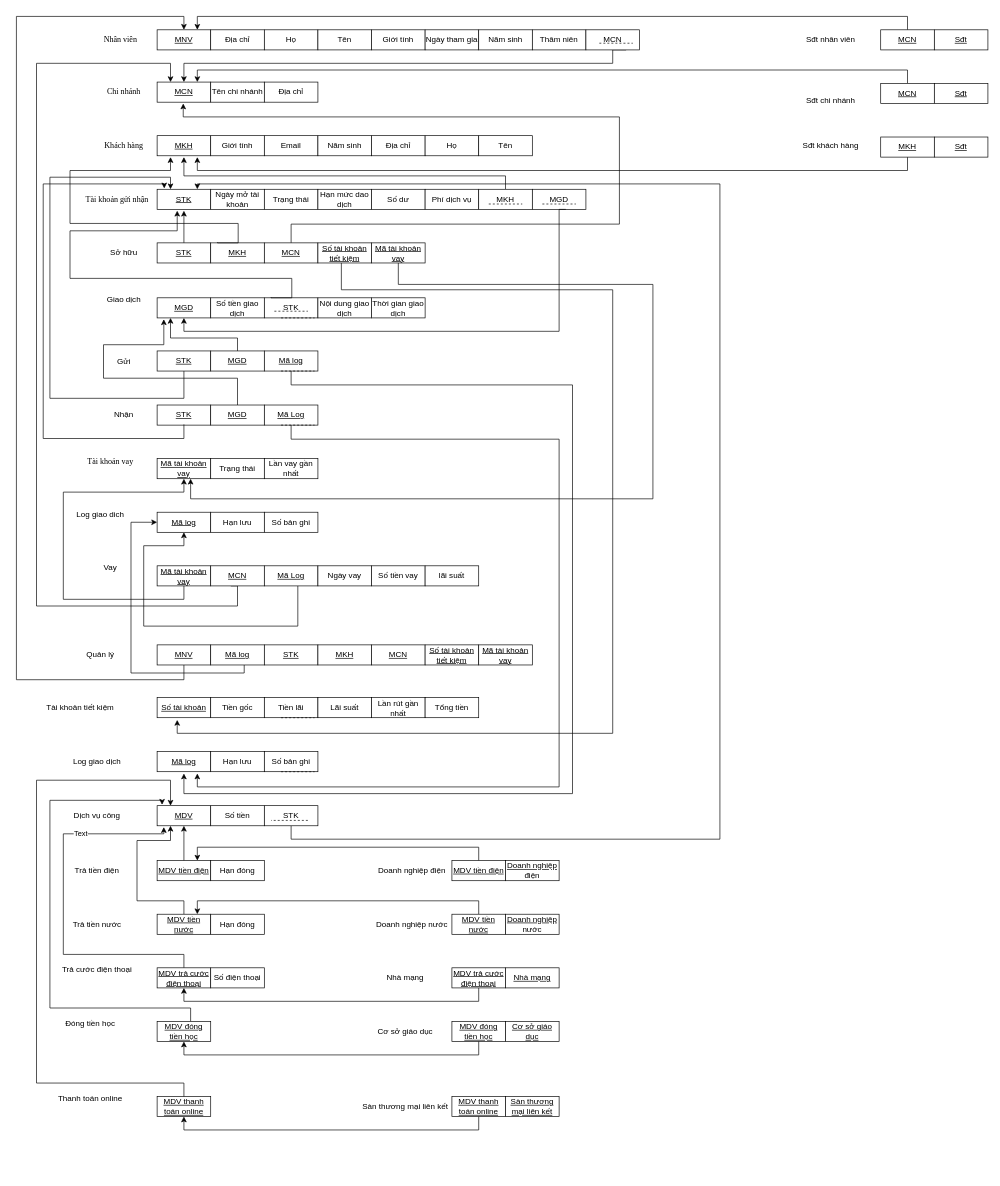
Above: Untitled Diagram.drawio in HoangVietAnh09/CSDL (draw.io), before the change. Source tidied: cells renumbered, new cells numbered last; positions are measured from the earlier drawing's top-left corner, leaving out a move shared by most shapes. Both pictures are drawn from the tidied source at 67%, with x=0, y=0 at pixel (16, 16).
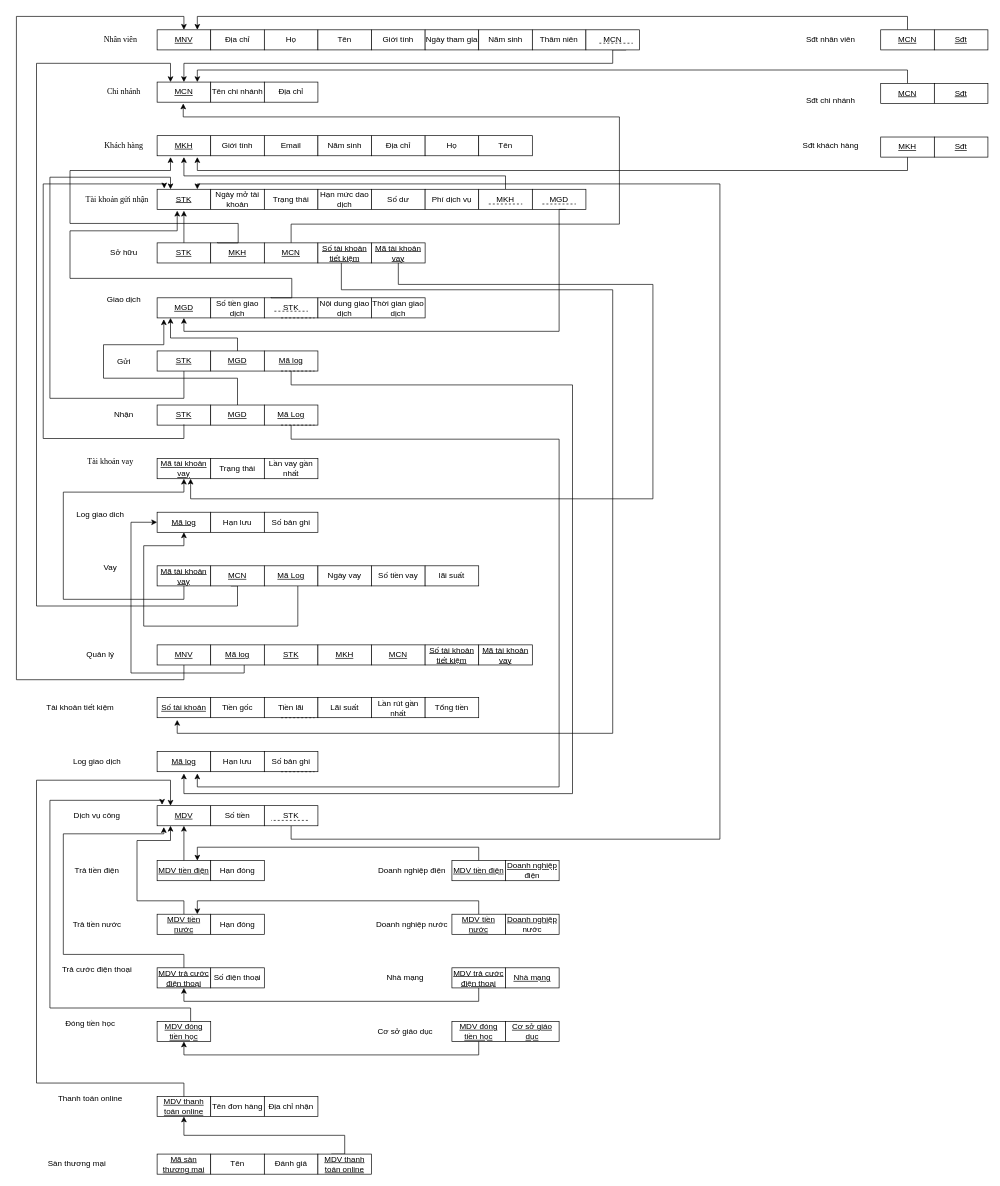
Above is the later version.

The change refers to these unchanged cells:
```xml
<mxCell id="148" style="edgeStyle=orthogonalEdgeStyle;rounded=0;jettySize=auto;html=1;entryX=0.125;entryY=1.067;entryDx=0;entryDy=0;entryPerimeter=0;" parent="1" edge="1" target="129">
  <mxGeometry relative="1" as="geometry">
    <mxPoint x="250" y="1420" as="sourcePoint" />
    <Array as="points">
      <mxPoint x="250" y="1400" />
      <mxPoint x="70" y="1400" />
      <mxPoint x="70" y="1220" />
      <mxPoint x="220" y="1220" />
    </Array>
  </mxGeometry>
</mxCell>
<mxCell id="164" value="&lt;u&gt;MDV thanh toán online&lt;br&gt;&lt;/u&gt;" style="rounded=0;whiteSpace=wrap;html=1;" parent="1" vertex="1">
  <mxGeometry x="210" y="1612" width="80" height="30" as="geometry" />
</mxCell>
```

Diff of the diagram source:
```diff
@@
-    <mxCell id="149" value="Text" style="edgeLabel;html=1;align=center;verticalAlign=middle;" parent="148" vertex="1">
-      <mxGeometry x="0.5" y="1" relative="1" as="geometry" />
-    </mxCell>
@@
-    <mxCell id="165" value="&lt;u&gt;MDV thanh toán online&lt;br&gt;&lt;/u&gt;" style="rounded=0;whiteSpace=wrap;html=1;" parent="1" vertex="1">
-      <mxGeometry x="650" y="1612" width="80" height="30" as="geometry" />
-    </mxCell>
-    <mxCell id="166" value="&lt;u&gt;Sàn thương mại liên kết&lt;br&gt;&lt;/u&gt;" style="rounded=0;whiteSpace=wrap;html=1;" parent="1" vertex="1">
-      <mxGeometry x="730" y="1612" width="80" height="30" as="geometry" />
-    </mxCell>
-    <mxCell id="167" value="Sàn thương mại liên kết" style="text;html=1;align=center;verticalAlign=middle;strokeColor=none;fillColor=none;" parent="1" vertex="1">
-      <mxGeometry x="505" y="1612" width="150" height="30" as="geometry" />
-    </mxCell>
-    <mxCell id="168" style="edgeStyle=orthogonalEdgeStyle;rounded=0;orthogonalLoop=1;jettySize=auto;html=1;entryX=0.5;entryY=1;entryDx=0;entryDy=0;" parent="1" edge="1">
-      <mxGeometry relative="1" as="geometry">
-        <mxPoint x="690" y="1642" as="sourcePoint" />
-        <mxPoint x="250" y="1642" as="targetPoint" />
-        <Array as="points">
-          <mxPoint x="690" y="1662" />
-          <mxPoint x="250" y="1662" />
-        </Array>
-      </mxGeometry>
-    </mxCell>
@@
+    <mxCell id="173" value="Tên đơn hàng" style="rounded=0;whiteSpace=wrap;html=1;" parent="1" vertex="1">
+      <mxGeometry x="290" y="1612" width="80" height="30" as="geometry" />
+    </mxCell>
+    <mxCell id="174" value="Địa chỉ nhận" style="rounded=0;whiteSpace=wrap;html=1;" parent="1" vertex="1">
+      <mxGeometry x="370" y="1612" width="80" height="30" as="geometry" />
+    </mxCell>
+    <mxCell id="175" value="Sàn thương mại" style="text;html=1;align=center;verticalAlign=middle;strokeColor=none;fillColor=none;" parent="1" vertex="1">
+      <mxGeometry x="35" y="1698" width="110" height="30" as="geometry" />
+    </mxCell>
+    <mxCell id="176" value="&lt;u&gt;Mã sàn thương mai&lt;br&gt;&lt;/u&gt;" style="rounded=0;whiteSpace=wrap;html=1;" parent="1" vertex="1">
+      <mxGeometry x="210" y="1698" width="80" height="30" as="geometry" />
+    </mxCell>
+    <mxCell id="177" value="Tên" style="rounded=0;whiteSpace=wrap;html=1;" parent="1" vertex="1">
+      <mxGeometry x="290" y="1698" width="80" height="30" as="geometry" />
+    </mxCell>
+    <mxCell id="178" value="Đánh giá" style="rounded=0;whiteSpace=wrap;html=1;" parent="1" vertex="1">
+      <mxGeometry x="370" y="1698" width="80" height="30" as="geometry" />
+    </mxCell>
+    <mxCell id="179" style="edgeStyle=orthogonalEdgeStyle;rounded=0;jettySize=auto;html=1;entryX=0.5;entryY=1;entryDx=0;entryDy=0;" parent="1" edge="1" target="164">
+      <mxGeometry relative="1" as="geometry">
+        <mxPoint x="470" y="1698" as="sourcePoint" />
+        <Array as="points">
+          <mxPoint x="490" y="1698" />
+          <mxPoint x="490" y="1670" />
+          <mxPoint x="250" y="1670" />
+        </Array>
+      </mxGeometry>
+    </mxCell>
+    <mxCell id="165" value="&lt;u&gt;MDV thanh toán online&lt;br&gt;&lt;/u&gt;" style="rounded=0;whiteSpace=wrap;html=1;" parent="1" vertex="1">
+      <mxGeometry x="450" y="1698" width="80" height="30" as="geometry" />
+    </mxCell>
```
